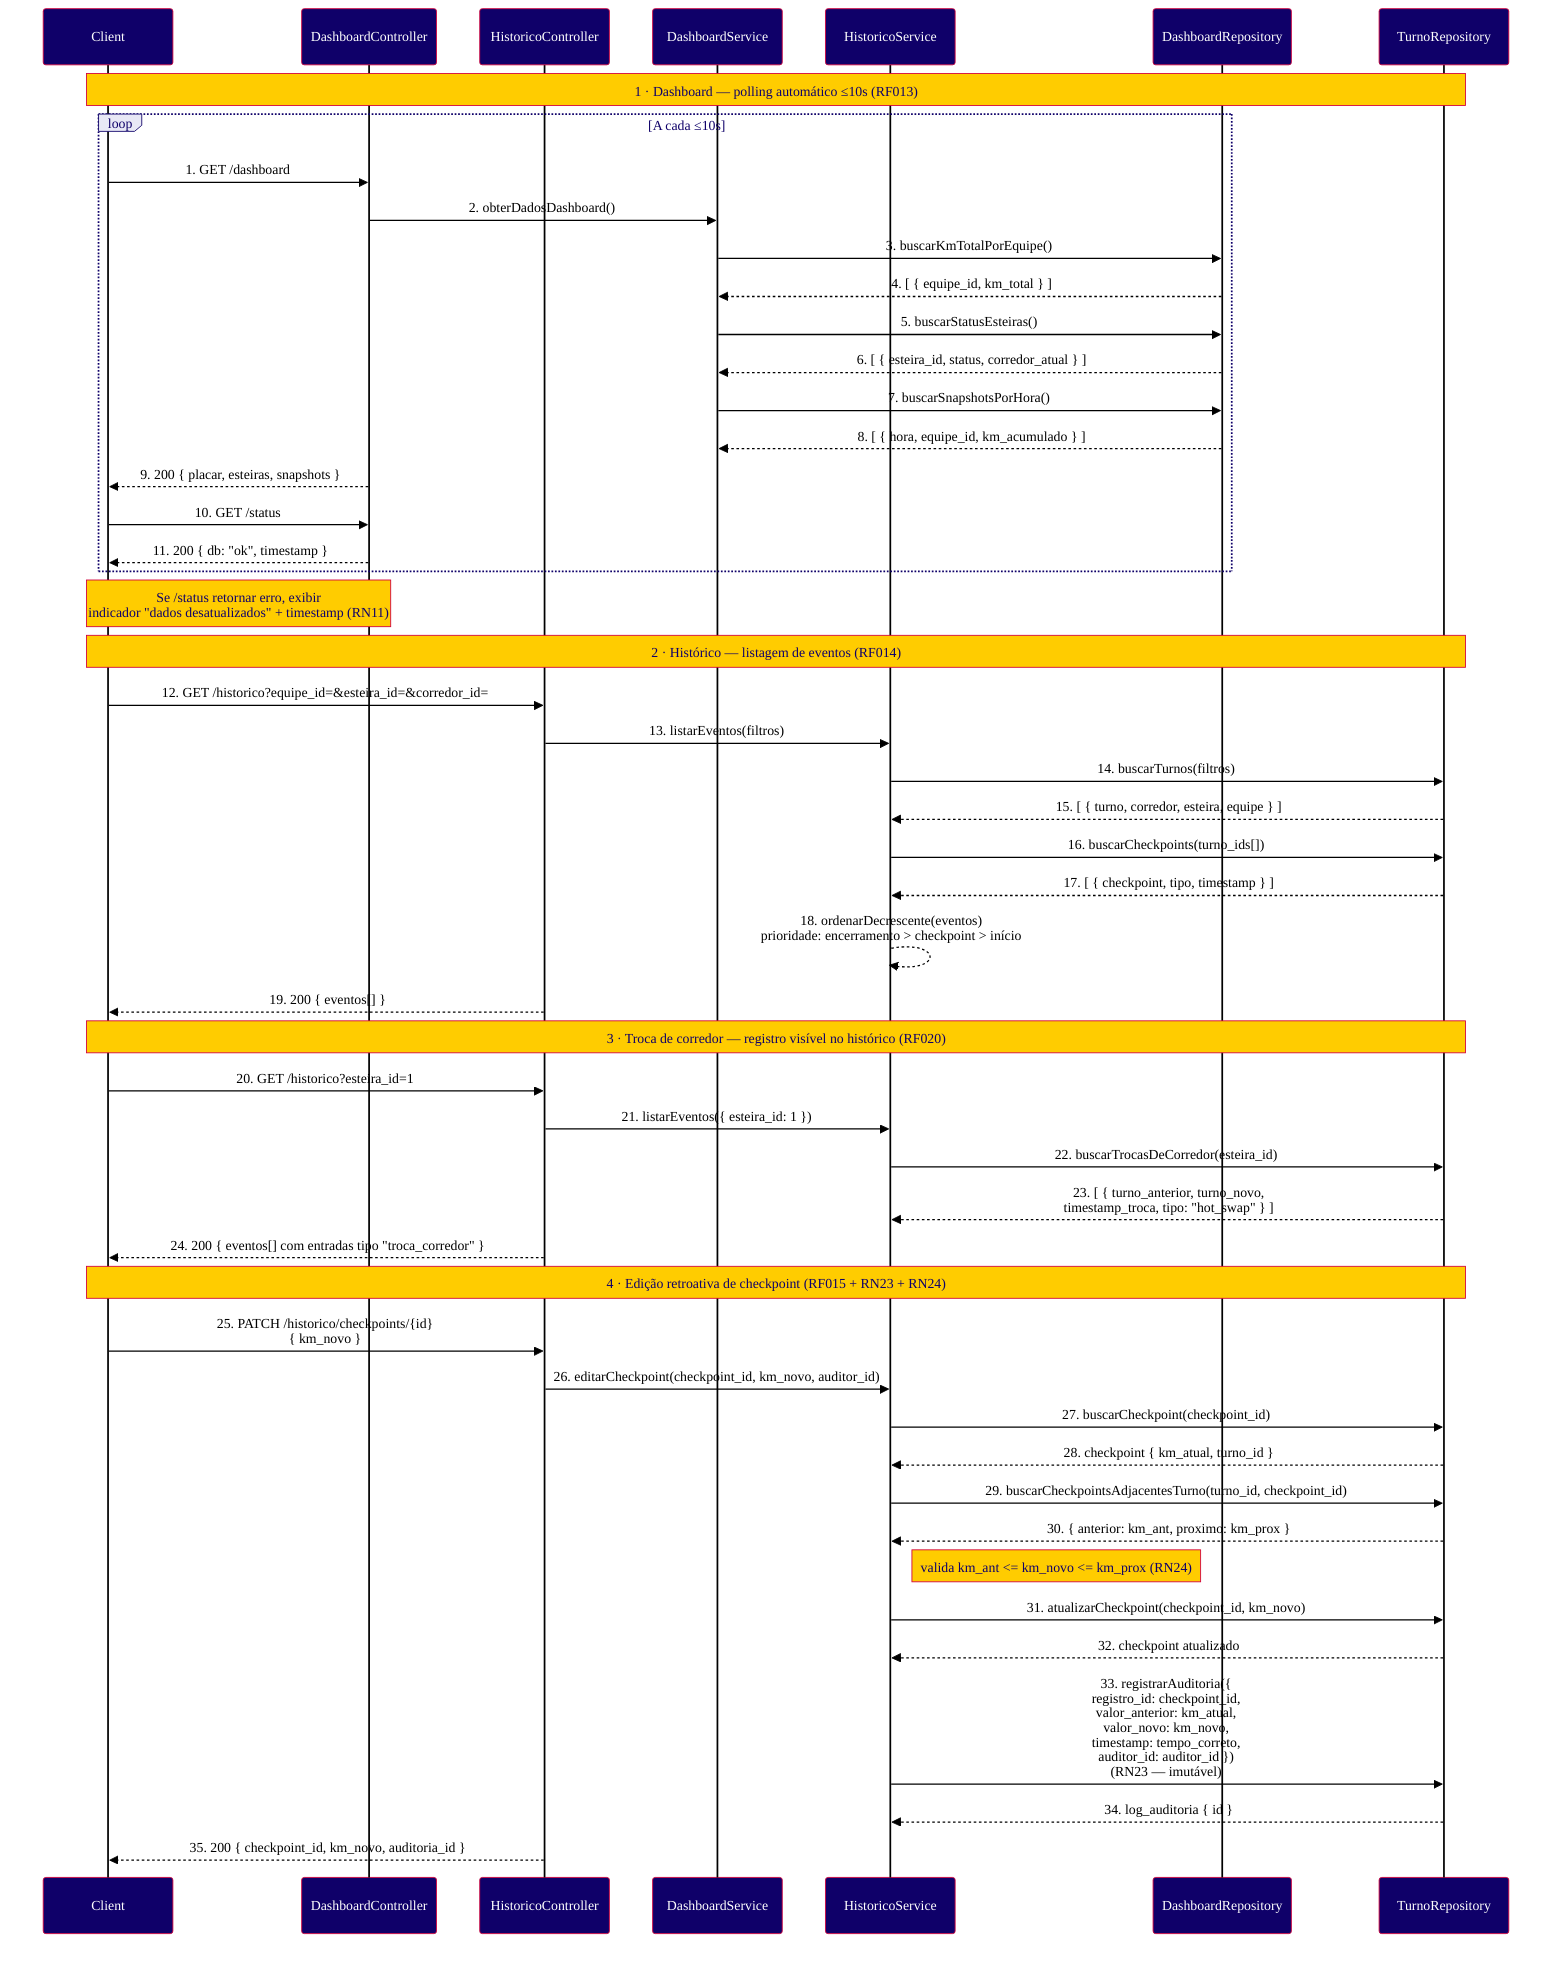
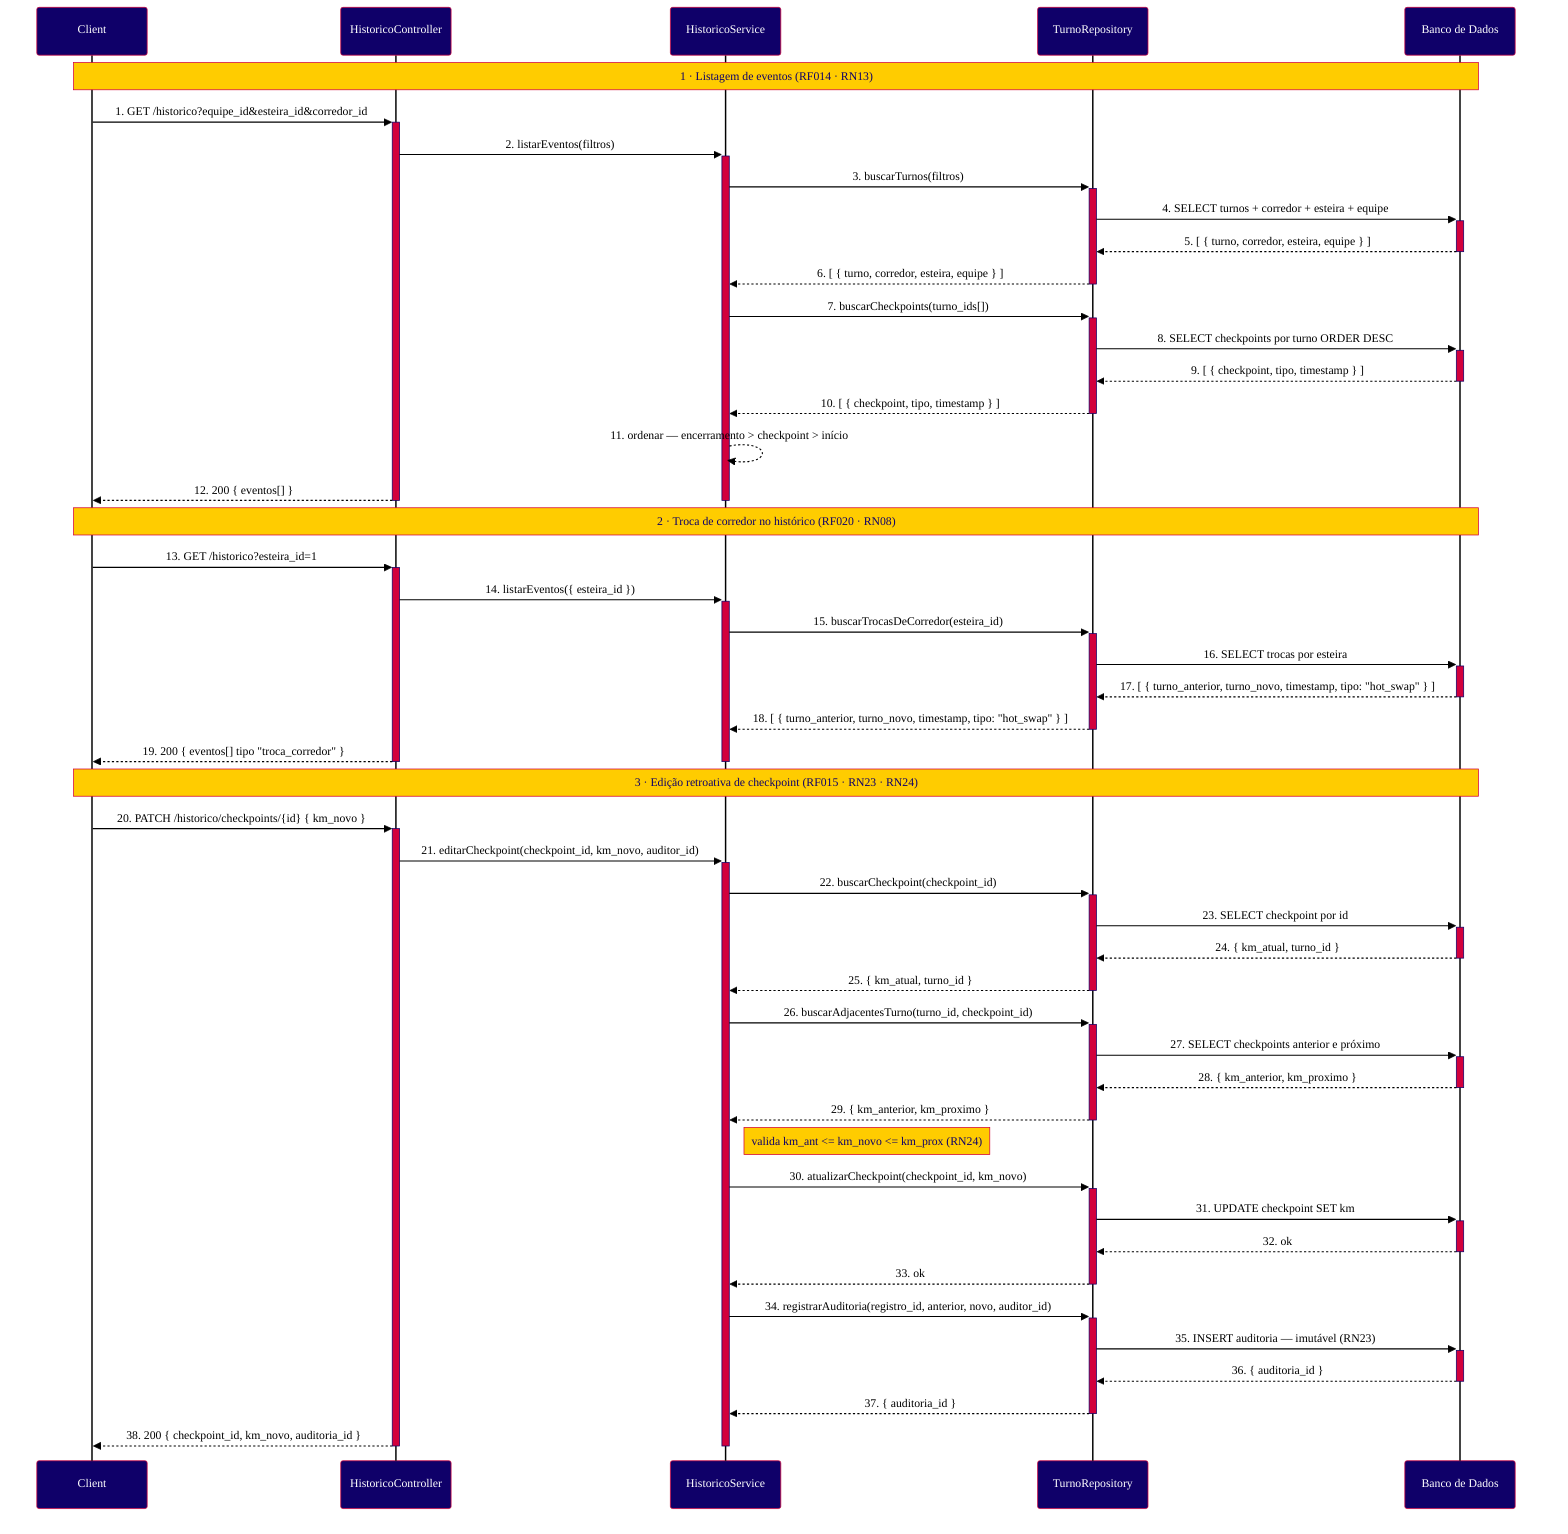

%%{init: {
  "theme": "base",
  "themeVariables": {
    "primaryColor": "#0F0069",
    "primaryTextColor": "#FFFFFF",
    "primaryBorderColor": "#D2003C",
    "secondaryColor": "#D2003C",
    "secondaryTextColor": "#FFFFFF",
    "secondaryBorderColor": "#D2003C",
    "tertiaryColor": "#E8E8F5",
    "tertiaryTextColor": "#0F0069",
    "tertiaryBorderColor": "#0F0069",
    "noteBkgColor": "#FFCC00",
    "noteTextColor": "#0F0069",
    "noteBorderColor": "#D2003C",
    "activationBkgColor": "#D2003C",
    "activationBorderColor": "#0F0069",
    "actorBkg": "#0F0069",
    "actorTextColor": "#FFFFFF",
    "actorBorderColor": "#D2003C",
    "actorLineColor": "#000000",
    "signalColor": "#000000",
    "signalTextColor": "#000000",
    "labelBoxBkgColor": "#E8E8F5",
    "labelBoxBorderColor": "#0F0069",
    "labelTextColor": "#0F0069",
    "loopTextColor": "#0F0069",
    "fontFamily": "Arial, sans-serif",
    "fontSize": "14px",
    "background": "#FFFFFF"
  }
}}%%
sequenceDiagram
    participant C as Client
-     participant DC as DashboardController
    participant HC as HistoricoController
-     participant DS as DashboardService
    participant HS as HistoricoService
-     participant DR as DashboardRepository
    participant TR as TurnoRepository
+     participant BD as Banco de Dados

-     %% ─────────────────────────────
-     %% 1. Dashboard — polling automático
-     %% ─────────────────────────────
-     Note over C,TR: 1 · Dashboard — polling automático ≤10s (RF013)
+     Note over C,BD: 1 · Listagem de eventos (RF014 · RN13)

-     loop A cada ≤10s
-         C->>DC: 1. GET /dashboard
-         DC->>DS: 2. obterDadosDashboard()
-         DS->>DR: 3. buscarKmTotalPorEquipe()
-         DR-->>DS: 4. [ { equipe_id, km_total } ]
-         DS->>DR: 5. buscarStatusEsteiras()
-         DR-->>DS: 6. [ { esteira_id, status, corredor_atual } ]
-         DS->>DR: 7. buscarSnapshotsPorHora()
-         DR-->>DS: 8. [ { hora, equipe_id, km_acumulado } ]
-         DC-->>C: 9. 200 { placar, esteiras, snapshots }
-         C->>DC: 10. GET /status
-         DC-->>C: 11. 200 { db: "ok", timestamp }
-     end
+     C->>+HC: 1. GET /historico?equipe_id&esteira_id&corredor_id
+     HC->>+HS: 2. listarEventos(filtros)
+     HS->>+TR: 3. buscarTurnos(filtros)
+     TR->>+BD: 4. SELECT turnos + corredor + esteira + equipe
+     BD-->>-TR: 5. [ { turno, corredor, esteira, equipe } ]
+     TR-->>-HS: 6. [ { turno, corredor, esteira, equipe } ]
+     HS->>+TR: 7. buscarCheckpoints(turno_ids[])
+     TR->>+BD: 8. SELECT checkpoints por turno ORDER DESC
+     BD-->>-TR: 9. [ { checkpoint, tipo, timestamp } ]
+     TR-->>-HS: 10. [ { checkpoint, tipo, timestamp } ]
+     HS-->>HS: 11. ordenar — encerramento > checkpoint > início
+     HC-->>-C: 12. 200 { eventos[] }
+     deactivate HS

-     Note over C,DC: Se /status retornar erro, exibir<br/>indicador "dados desatualizados" + timestamp (RN11)
+     Note over C,BD: 2 · Troca de corredor no histórico (RF020 · RN08)

-     %% ─────────────────────────────
-     %% 2. Histórico — listagem
-     %% ─────────────────────────────
-     Note over C,TR: 2 · Histórico — listagem de eventos (RF014)
+     C->>+HC: 13. GET /historico?esteira_id=1
+     HC->>+HS: 14. listarEventos({ esteira_id })
+     HS->>+TR: 15. buscarTrocasDeCorredor(esteira_id)
+     TR->>+BD: 16. SELECT trocas por esteira
+     BD-->>-TR: 17. [ { turno_anterior, turno_novo, timestamp, tipo: "hot_swap" } ]
+     TR-->>-HS: 18. [ { turno_anterior, turno_novo, timestamp, tipo: "hot_swap" } ]
+     HC-->>-C: 19. 200 { eventos[] tipo "troca_corredor" }
+     deactivate HS

-     C->>HC: 12. GET /historico?equipe_id=&esteira_id=&corredor_id=
-     HC->>HS: 13. listarEventos(filtros)
-     HS->>TR: 14. buscarTurnos(filtros)
-     TR-->>HS: 15. [ { turno, corredor, esteira, equipe } ]
-     HS->>TR: 16. buscarCheckpoints(turno_ids[])
-     TR-->>HS: 17. [ { checkpoint, tipo, timestamp } ]
-     HS-->>HS: 18. ordenarDecrescente(eventos)<br/>prioridade: encerramento > checkpoint > início
-     HC-->>C: 19. 200 { eventos[] }
+     Note over C,BD: 3 · Edição retroativa de checkpoint (RF015 · RN23 · RN24)

-     %% ─────────────────────────────
-     %% 3. Troca de corredor — visualização no histórico
-     %% ─────────────────────────────
-     Note over C,TR: 3 · Troca de corredor — registro visível no histórico (RF020)
- 
-     C->>HC: 20. GET /historico?esteira_id=1
-     HC->>HS: 21. listarEventos({ esteira_id: 1 })
-     HS->>TR: 22. buscarTrocasDeCorredor(esteira_id)
-     TR-->>HS: 23. [ { turno_anterior, turno_novo,<br/>timestamp_troca, tipo: "hot_swap" } ]
-     HC-->>C: 24. 200 { eventos[] com entradas tipo "troca_corredor" }
- 
-     %% ─────────────────────────────
-     %% 4. Edição retroativa — checkpoint
-     %% ─────────────────────────────
-     Note over C,TR: 4 · Edição retroativa de checkpoint (RF015 + RN23 + RN24)
- 
-     C->>HC: 25. PATCH /historico/checkpoints/{id}<br/>{ km_novo }
-     HC->>HS: 26. editarCheckpoint(checkpoint_id, km_novo, auditor_id)
-     HS->>TR: 27. buscarCheckpoint(checkpoint_id)
-     TR-->>HS: 28. checkpoint { km_atual, turno_id }
-     HS->>TR: 29. buscarCheckpointsAdjacentesTurno(turno_id, checkpoint_id)
-     TR-->>HS: 30. { anterior: km_ant, proximo: km_prox }
+     C->>+HC: 20. PATCH /historico/checkpoints/{id} { km_novo }
+     HC->>+HS: 21. editarCheckpoint(checkpoint_id, km_novo, auditor_id)
+     HS->>+TR: 22. buscarCheckpoint(checkpoint_id)
+     TR->>+BD: 23. SELECT checkpoint por id
+     BD-->>-TR: 24. { km_atual, turno_id }
+     TR-->>-HS: 25. { km_atual, turno_id }
+     HS->>+TR: 26. buscarAdjacentesTurno(turno_id, checkpoint_id)
+     TR->>+BD: 27. SELECT checkpoints anterior e próximo
+     BD-->>-TR: 28. { km_anterior, km_proximo }
+     TR-->>-HS: 29. { km_anterior, km_proximo }
    Note right of HS: valida km_ant <= km_novo <= km_prox (RN24)
-     HS->>TR: 31. atualizarCheckpoint(checkpoint_id, km_novo)
-     TR-->>HS: 32. checkpoint atualizado
-     HS->>TR: 33. registrarAuditoria({<br/>registro_id: checkpoint_id,<br/>valor_anterior: km_atual,<br/>valor_novo: km_novo,<br/>timestamp: tempo_correto,<br/>auditor_id: auditor_id })<br/>(RN23 — imutável)
-     TR-->>HS: 34. log_auditoria { id }
-     HC-->>C: 35. 200 { checkpoint_id, km_novo, auditoria_id }+     HS->>+TR: 30. atualizarCheckpoint(checkpoint_id, km_novo)
+     TR->>+BD: 31. UPDATE checkpoint SET km
+     BD-->>-TR: 32. ok
+     TR-->>-HS: 33. ok
+     HS->>+TR: 34. registrarAuditoria(registro_id, anterior, novo, auditor_id)
+     TR->>+BD: 35. INSERT auditoria — imutável (RN23)
+     BD-->>-TR: 36. { auditoria_id }
+     TR-->>-HS: 37. { auditoria_id }
+     HC-->>-C: 38. 200 { checkpoint_id, km_novo, auditoria_id }
+     deactivate HS
